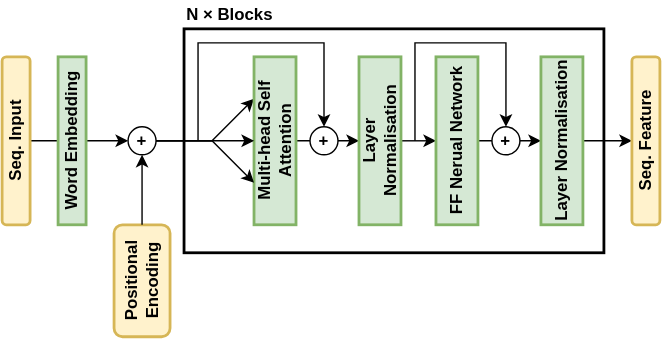
yyhtbs-yye/course_images keeps this draw.io diagram as transformer_encoding.svg. Above is the earlier version. Source tidied: cells renumbered, new cells last; positions are measured from the earlier drawing's top-left corner, leaving out a move shared by most shapes.
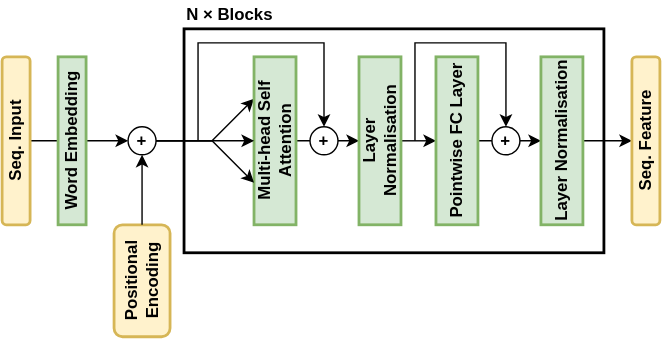
After the change.

Change to the diagram source:
```diff
@@ -45,7 +45,7 @@
     <mxCell id="14" style="rounded=0;jettySize=auto;html=1;" parent="1" edge="1" source="15" target="17">
       <mxGeometry relative="1" as="geometry" />
     </mxCell>
-    <mxCell id="15" value="FF Nerual Network" style="rounded=0;whiteSpace=wrap;html=1;fillColor=#d5e8d4;strokeColor=#82b366;horizontal=0;fontStyle=1;strokeWidth=2;" parent="1" vertex="1">
+    <mxCell id="15" value="Pointwise FC Layer" style="rounded=0;whiteSpace=wrap;html=1;fillColor=#d5e8d4;strokeColor=#82b366;horizontal=0;fontStyle=1;strokeWidth=2;" parent="1" vertex="1">
       <mxGeometry x="310" y="40" width="30" height="120" as="geometry" />
     </mxCell>
     <mxCell id="16" style="rounded=0;jettySize=auto;html=1;" parent="1" edge="1" source="17">
```
